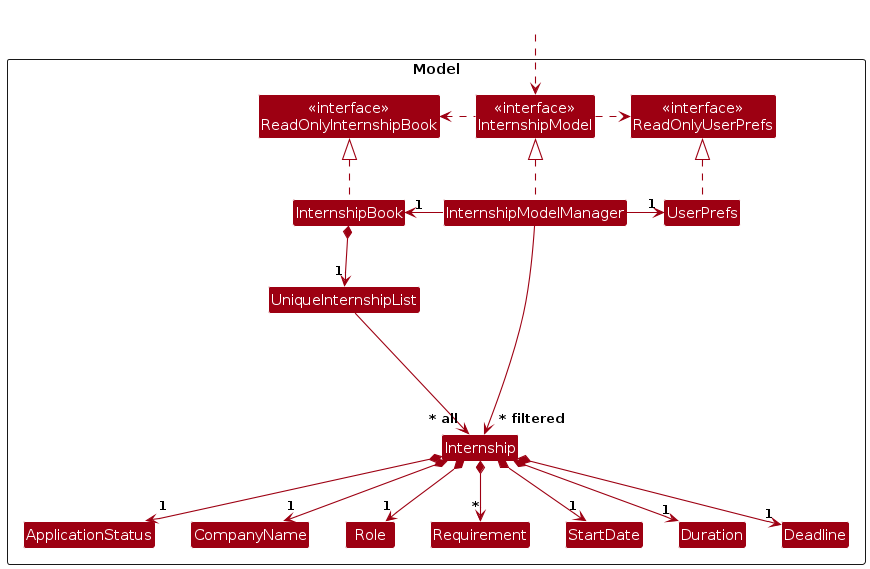
This is diagrams/ModelClassDiagram.png from AY2324S1-CS2103T-W17-1/tp, a PlantUML export, as it was before one commit. Its source is kept beside it as diagrams/ModelClassDiagram.puml.
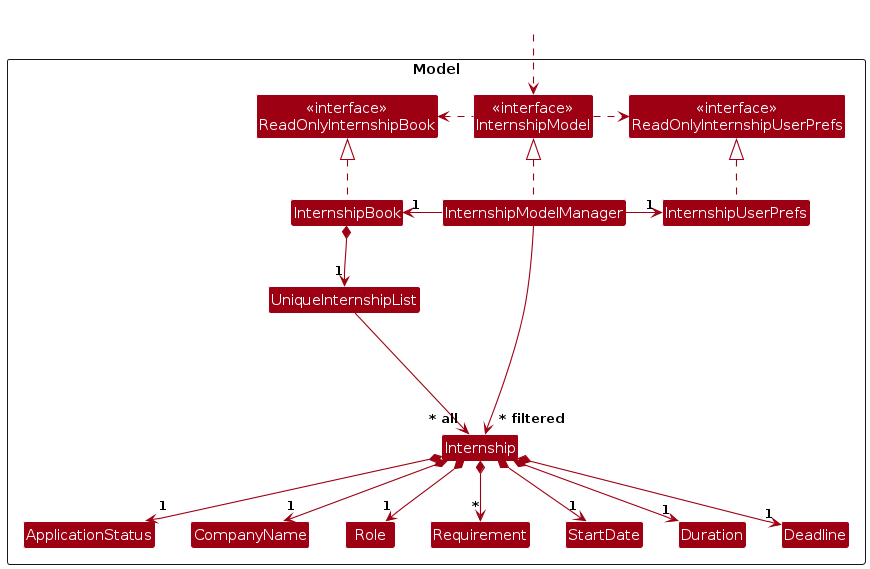
The same file after the commit.

Diff of the diagram source:
```diff
@@ -6,11 +6,11 @@
 
 Package Model as ModelPackage <<Rectangle>>{
 Class "<<interface>>\nReadOnlyInternshipBook" as ReadOnlyInternshipBook
-Class "<<interface>>\nReadOnlyUserPrefs" as ReadOnlyUserPrefs
+Class "<<interface>>\nReadOnlyInternshipUserPrefs" as ReadOnlyInternshipUserPrefs
 Class "<<interface>>\nInternshipModel" as Model
 Class InternshipBook
 Class InternshipModelManager
-Class UserPrefs
+Class InternshipUserPrefs
 
 Class UniqueInternshipList
 Class Internship
@@ -31,11 +31,11 @@
 InternshipBook .up.|> ReadOnlyInternshipBook
 
 InternshipModelManager .up.|> Model
-Model .right.> ReadOnlyUserPrefs
+Model .right.> ReadOnlyInternshipUserPrefs
 Model .left.> ReadOnlyInternshipBook
 InternshipModelManager -left-> "1" InternshipBook
-InternshipModelManager -right-> "1" UserPrefs
-UserPrefs .up.|> ReadOnlyUserPrefs
+InternshipModelManager -right-> "1" InternshipUserPrefs
+InternshipUserPrefs .up.|> ReadOnlyInternshipUserPrefs
 
 InternshipBook *--> "1" UniqueInternshipList
 UniqueInternshipList --> "~* all" Internship
```
